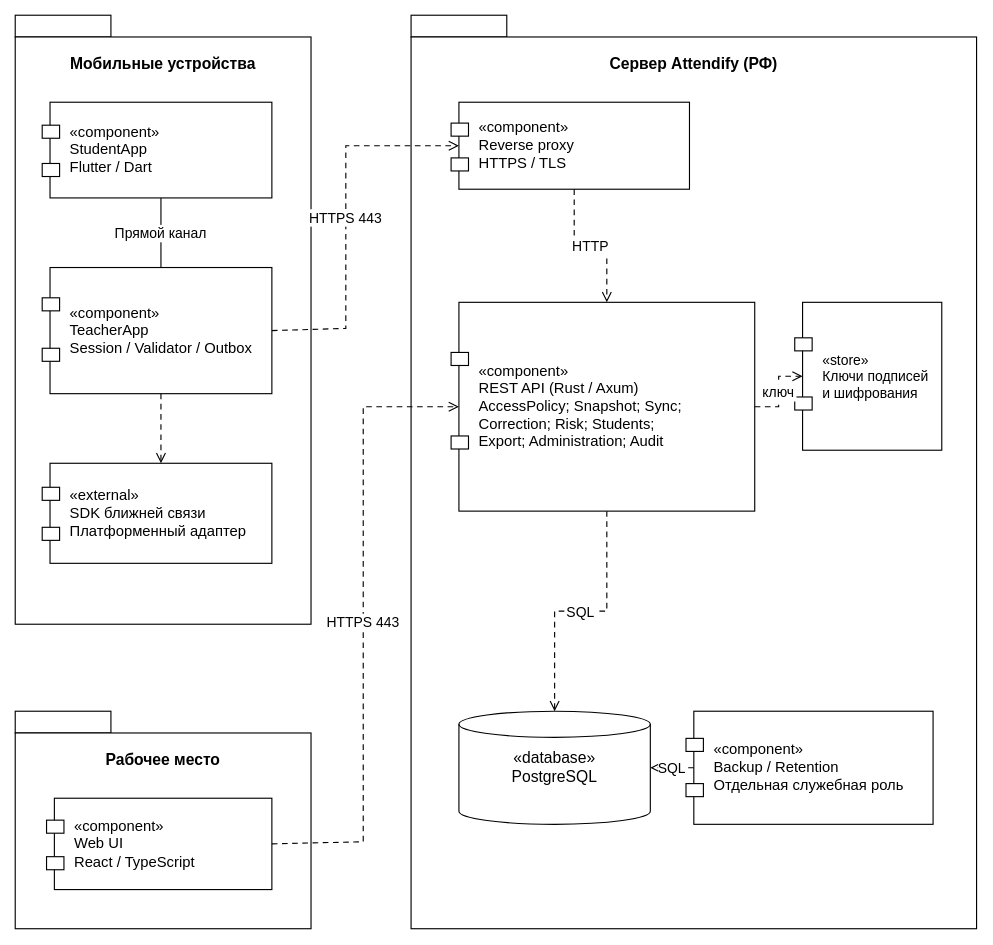
idkwhyiamsogood/attendify keeps this draw.io diagram as page "UML-диаграмма компонентов" (23 of 27) of docs/diagrams/technical-project/attendify-technical-project.drawio. Above is the earlier version. Source tidied: cells renumbered, new cells numbered last; positions are measured from the earlier drawing's top-left corner, leaving out a move shared by most shapes. Both pictures are drawn from the tidied source at 87%, with x=0, y=0 at pixel (15, 15).
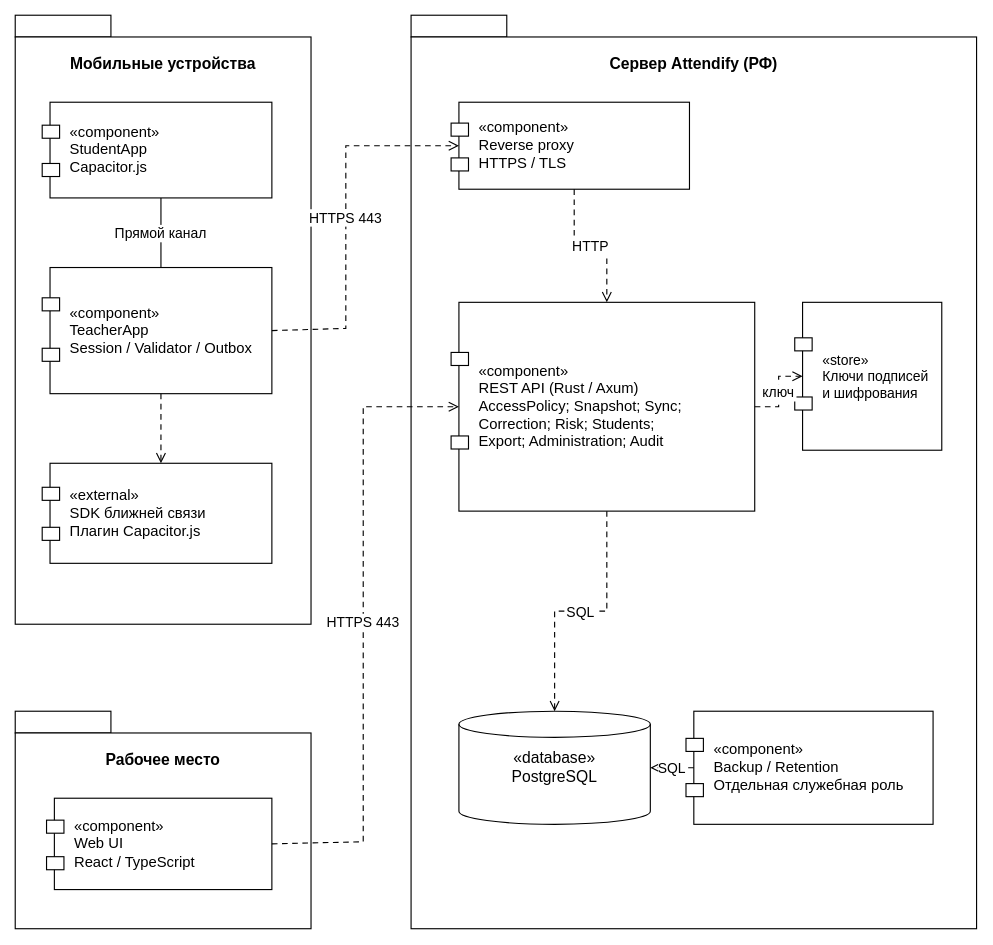
The same page after the edit.

The edit, as a diff of the source:
```diff
@@
-    <mxCell id="5" value="«component»&#10;StudentApp&#10;Flutter / Dart" style="whiteSpace=wrap;html=0;fontFamily=Arial;fontSize=17;fontColor=#000000;strokeColor=#000000;fillColor=#ffffff;strokeWidth=1.3;spacing=5;align=left;spacingLeft=18;" parent="1" vertex="1">
+    <mxCell id="5" value="«component»&#10;StudentApp&#10;Capacitor.js" style="whiteSpace=wrap;html=0;fontFamily=Arial;fontSize=17;fontColor=#000000;strokeColor=#000000;fillColor=#ffffff;strokeWidth=1.3;spacing=5;align=left;spacingLeft=18;" parent="1" vertex="1">
       <mxGeometry x="40" y="100" width="255" height="110" as="geometry" />
     </mxCell>
@@
-    <mxCell id="11" value="«external»&#10;SDK ближней связи&#10;Платформенный адаптер" style="whiteSpace=wrap;html=0;fontFamily=Arial;fontSize=17;fontColor=#000000;strokeColor=#000000;fillColor=#ffffff;strokeWidth=1.3;spacing=5;align=left;spacingLeft=18;" parent="1" vertex="1">
+    <mxCell id="11" value="«external»&#10;SDK ближней связи&#10;Плагин Capacitor.js" style="whiteSpace=wrap;html=0;fontFamily=Arial;fontSize=17;fontColor=#000000;strokeColor=#000000;fillColor=#ffffff;strokeWidth=1.3;spacing=5;align=left;spacingLeft=18;" parent="1" vertex="1">
       <mxGeometry x="40" y="515" width="255" height="115" as="geometry" />
     </mxCell>
```
